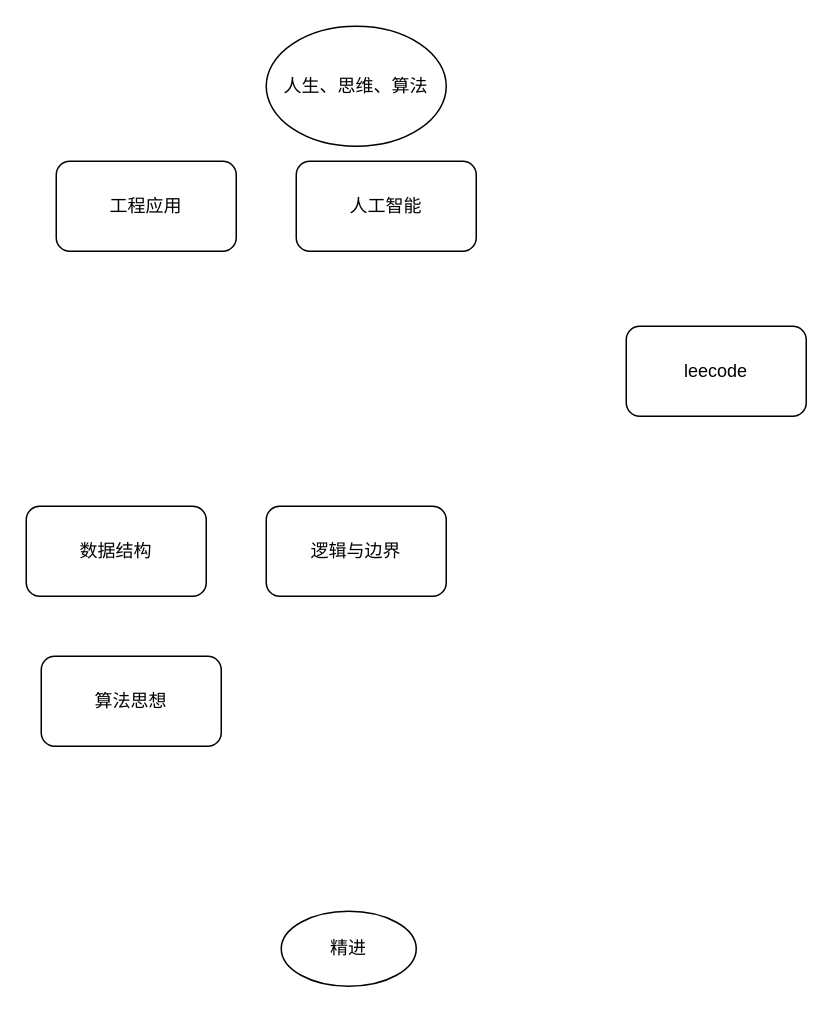
Before: menus/suanfamoxing.drawio in Asamiyaa/microservice-k8s-yun, a draw.io diagram. Source tidied: cells renumbered, new cells numbered last; positions are measured from the earlier drawing's top-left corner, leaving out a move shared by most shapes. Both pictures are drawn from the tidied source at 150%, with x=0, y=0 at pixel (26, 26).
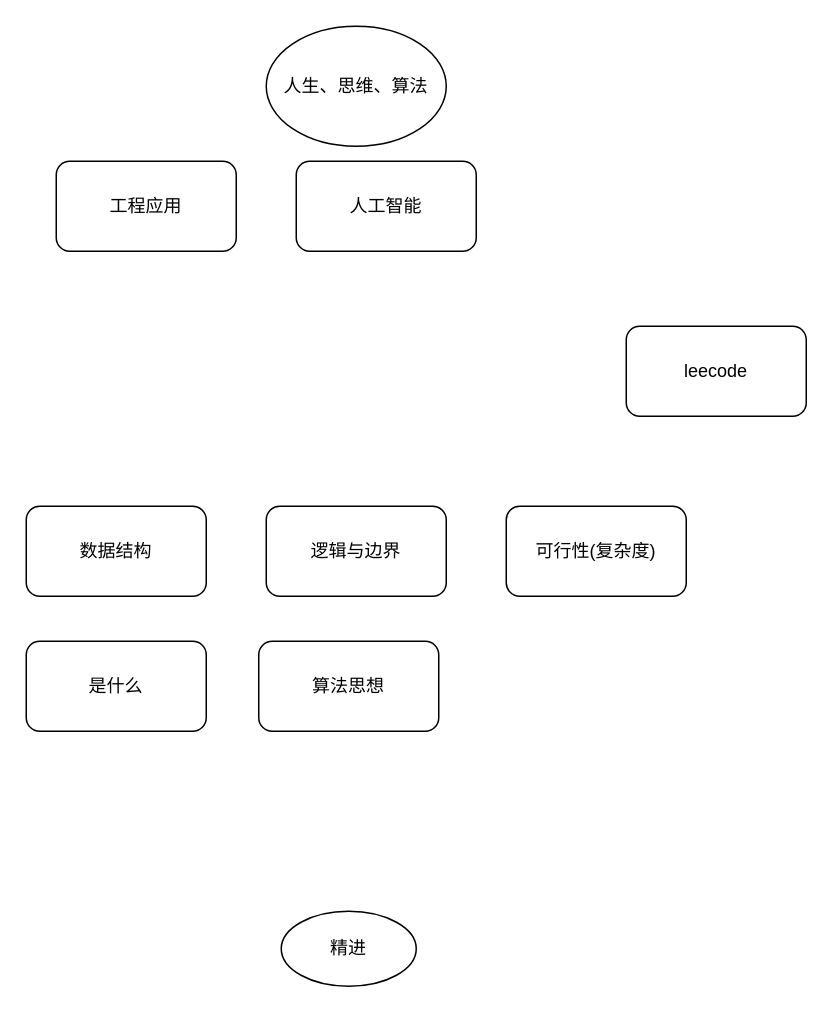
The same diagram, later.

Diff of the diagram source:
```diff
@@
 <mxGraphModel>
   <root>
     <mxCell id="0" />
     <mxCell id="1" parent="0" />
     <mxCell id="2" value="人生、思维、算法" style="ellipse;whiteSpace=wrap;html=1;" parent="1" vertex="1">
       <mxGeometry x="160" width="120" height="80" as="geometry" />
     </mxCell>
     <mxCell id="3" value="算法思想" style="rounded=1;whiteSpace=wrap;html=1;" parent="1" vertex="1">
-      <mxGeometry x="10" y="420" width="120" height="60" as="geometry" />
+      <mxGeometry x="155" y="410" width="120" height="60" as="geometry" />
     </mxCell>
     <mxCell id="4" value="数据结构" style="rounded=1;whiteSpace=wrap;html=1;" parent="1" vertex="1">
       <mxGeometry y="320" width="120" height="60" as="geometry" />
     </mxCell>
     <mxCell id="5" value="leecode" style="rounded=1;whiteSpace=wrap;html=1;" parent="1" vertex="1">
       <mxGeometry x="400" y="200" width="120" height="60" as="geometry" />
     </mxCell>
     <mxCell id="6" value="逻辑与边界" style="rounded=1;whiteSpace=wrap;html=1;" parent="1" vertex="1">
       <mxGeometry x="160" y="320" width="120" height="60" as="geometry" />
     </mxCell>
     <mxCell id="7" value="工程应用" style="rounded=1;whiteSpace=wrap;html=1;" parent="1" vertex="1">
       <mxGeometry x="20" y="90" width="120" height="60" as="geometry" />
     </mxCell>
     <mxCell id="8" value="人工智能" style="rounded=1;whiteSpace=wrap;html=1;" parent="1" vertex="1">
       <mxGeometry x="180" y="90" width="120" height="60" as="geometry" />
     </mxCell>
     <mxCell id="9" value="精进" style="ellipse;whiteSpace=wrap;html=1;" parent="1" vertex="1">
       <mxGeometry x="170" y="590" width="90" height="50" as="geometry" />
     </mxCell>
+    <mxCell id="10" value="是什么" style="rounded=1;whiteSpace=wrap;html=1;" parent="1" vertex="1">
+      <mxGeometry y="410" width="120" height="60" as="geometry" />
+    </mxCell>
+    <mxCell id="11" value="可行性(复杂度)" style="rounded=1;whiteSpace=wrap;html=1;" parent="1" vertex="1">
+      <mxGeometry x="320" y="320" width="120" height="60" as="geometry" />
+    </mxCell>
   </root>
 </mxGraphModel>
```
